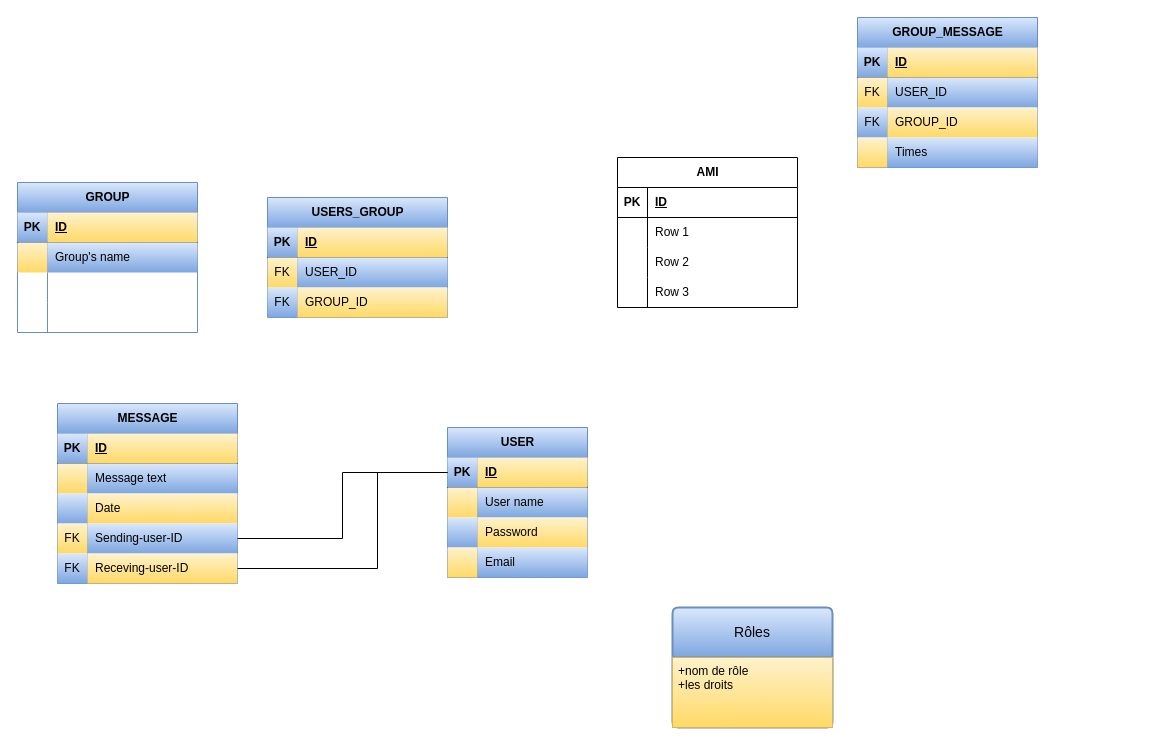
Before: Diagramme 2 sans nom.drawio in vsilvanska/examen-info-2023, a draw.io diagram. Source tidied: cells renumbered, new cells numbered last; positions are measured from the earlier drawing's top-left corner, leaving out a move shared by most shapes. Both pictures are drawn from the tidied source at 100%, with x=0, y=0 at pixel (17, 17).
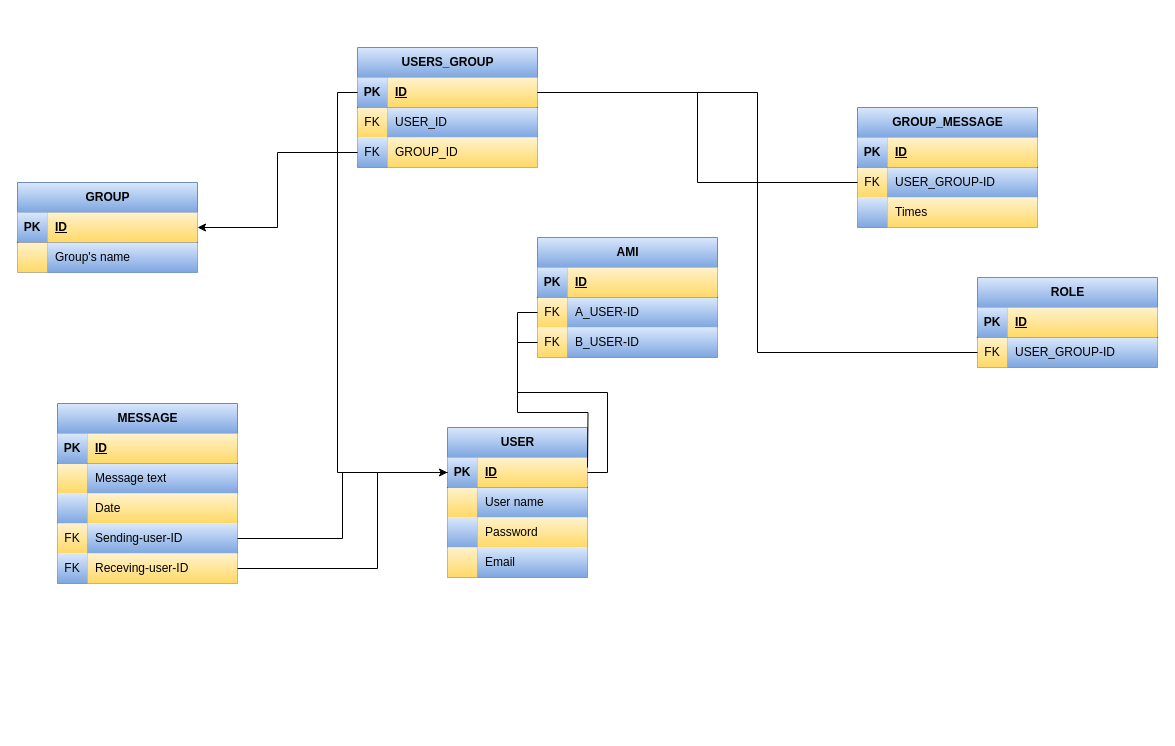
Above is the later version.

Commit message:
Mettre à jour Diagramme 2 sans nom.drawio

Unchanged cells that the change refers to:
```xml
<mxCell id="3" style="shape=tableRow;horizontal=0;startSize=0;swimlaneHead=0;swimlaneBody=0;fillColor=none;points=[[0,0.5],[1,0.5]];portConstraint=eastwest;top=0;left=0;right=0;bottom=1;" parent="2" vertex="1">
  <mxGeometry y="30" width="140" height="30" as="geometry" />
</mxCell>
<mxCell id="36" style="shape=tableRow;horizontal=0;startSize=0;swimlaneHead=0;swimlaneBody=0;fillColor=none;points=[[0,0.5],[1,0.5]];portConstraint=eastwest;top=0;left=0;right=0;bottom=1;" parent="35" vertex="1">
  <mxGeometry y="30" width="180" height="30" as="geometry" />
</mxCell>
<mxCell id="42" style="shape=tableRow;horizontal=0;startSize=0;swimlaneHead=0;swimlaneBody=0;fillColor=none;points=[[0,0.5],[1,0.5]];portConstraint=eastwest;top=0;left=0;right=0;bottom=0;" parent="35" vertex="1">
  <mxGeometry y="90" width="180" height="30" as="geometry" />
</mxCell>
<mxCell id="46" style="shape=tableRow;horizontal=0;startSize=0;swimlaneHead=0;swimlaneBody=0;fillColor=none;points=[[0,0.5],[1,0.5]];portConstraint=eastwest;top=0;left=0;right=0;bottom=1;" parent="45" vertex="1">
  <mxGeometry y="30" width="180" height="30" as="geometry" />
</mxCell>
<mxCell id="62" style="shape=tableRow;horizontal=0;startSize=0;swimlaneHead=0;swimlaneBody=0;fillColor=none;points=[[0,0.5],[1,0.5]];portConstraint=eastwest;top=0;left=0;right=0;bottom=0;" parent="58" vertex="1">
  <mxGeometry y="60" width="180" height="30" as="geometry" />
</mxCell>
<mxCell id="72" style="shape=tableRow;horizontal=0;startSize=0;swimlaneHead=0;swimlaneBody=0;fillColor=none;top=0;left=0;right=0;bottom=1;" parent="71" vertex="1">
  <mxGeometry y="30" width="180" height="30" as="geometry" />
</mxCell>
<mxCell id="75" style="shape=tableRow;horizontal=0;startSize=0;swimlaneHead=0;swimlaneBody=0;fillColor=none;points=[[0,0.5],[1,0.5]];portConstraint=eastwest;top=0;left=0;right=0;bottom=0;" parent="71" vertex="1">
  <mxGeometry y="60" width="180" height="30" as="geometry" />
</mxCell>
```

What changed in the source:
```diff
@@
-    <mxCell id="15" value="Rôles" style="swimlane;horizontal=1;startSize=50;rounded=1;fontSize=14;fontStyle=0;strokeWidth=2;shadow=0;dashed=0;align=center;arcSize=4;whiteSpace=wrap;html=1;fillColor=#dae8fc;gradientColor=#7ea6e0;strokeColor=#6c8ebf;" parent="1" vertex="1">
-      <mxGeometry x="655" y="590" width="160" height="120" as="geometry" />
-    </mxCell>
-    <mxCell id="16" value="+nom de rôle&lt;br&gt;+les droits" style="align=left;strokeColor=#d6b656;fillColor=#fff2cc;spacingLeft=4;fontSize=12;verticalAlign=top;html=1;gradientColor=#ffd966;" parent="15" vertex="1">
-      <mxGeometry y="50" width="160" height="70" as="geometry" />
-    </mxCell>
@@
     <mxCell id="35" value="USERS_GROUP" style="shape=table;startSize=30;childLayout=tableLayout;rowLines=0;fontStyle=1;align=center;html=1;fillColor=#dae8fc;gradientColor=#7ea6e0;strokeColor=#6c8ebf;" parent="1" vertex="1">
-      <mxGeometry x="250" y="180" width="180" height="120" as="geometry" />
+      <mxGeometry x="340" y="30" width="180" height="120" as="geometry" />
     </mxCell>
@@
     <mxCell id="45" value="GROUP" style="shape=table;startSize=30;childLayout=tableLayout;rowLines=0;fontStyle=1;align=center;html=1;fillColor=#dae8fc;gradientColor=#7ea6e0;strokeColor=#6c8ebf;" parent="1" vertex="1">
-      <mxGeometry y="165" width="180" height="150" as="geometry" />
+      <mxGeometry y="165" width="180" height="90" as="geometry" />
     </mxCell>
@@
-    <mxCell id="52" style="shape=tableRow;horizontal=0;startSize=0;swimlaneHead=0;swimlaneBody=0;fillColor=none;top=0;left=0;right=0;bottom=0;" parent="45" vertex="1">
-      <mxGeometry y="90" width="180" height="30" as="geometry" />
-    </mxCell>
-    <mxCell id="53" style="shape=partialRectangle;fillColor=none;top=0;left=0;bottom=0;right=0;overflow=hidden;whiteSpace=wrap;html=1;" parent="52" vertex="1">
-      <mxGeometry width="30" height="30" as="geometry" />
-    </mxCell>
-    <mxCell id="54" style="shape=partialRectangle;fillColor=none;top=0;left=0;bottom=0;right=0;align=left;spacingLeft=6;overflow=hidden;whiteSpace=wrap;html=1;" parent="52" vertex="1">
-      <mxGeometry x="30" width="150" height="30" as="geometry" />
-    </mxCell>
-    <mxCell id="55" style="shape=tableRow;horizontal=0;startSize=0;swimlaneHead=0;swimlaneBody=0;fillColor=none;top=0;left=0;right=0;bottom=0;" parent="45" vertex="1">
-      <mxGeometry y="120" width="180" height="30" as="geometry" />
-    </mxCell>
-    <mxCell id="56" style="shape=partialRectangle;fillColor=none;top=0;left=0;bottom=0;right=0;overflow=hidden;whiteSpace=wrap;html=1;" parent="55" vertex="1">
-      <mxGeometry width="30" height="30" as="geometry" />
-    </mxCell>
-    <mxCell id="57" style="shape=partialRectangle;fillColor=none;top=0;left=0;bottom=0;right=0;align=left;spacingLeft=6;overflow=hidden;whiteSpace=wrap;html=1;" parent="55" vertex="1">
-      <mxGeometry x="30" width="150" height="30" as="geometry" />
-    </mxCell>
     <mxCell id="58" value="GROUP_MESSAGE" style="shape=table;startSize=30;childLayout=tableLayout;rowLines=0;fontStyle=1;align=center;html=1;fillColor=#dae8fc;gradientColor=#7ea6e0;strokeColor=#6c8ebf;" parent="1" vertex="1">
-      <mxGeometry x="840" width="180" height="150" as="geometry" />
+      <mxGeometry x="840" y="90" width="180" height="120" as="geometry" />
     </mxCell>
@@
-    <mxCell id="64" value="USER_ID" style="shape=partialRectangle;fillColor=#dae8fc;top=0;left=0;bottom=0;right=0;align=left;spacingLeft=6;overflow=hidden;whiteSpace=wrap;html=1;gradientColor=#7ea6e0;strokeColor=#6c8ebf;" parent="62" vertex="1">
+    <mxCell id="64" value="USER_GROUP-ID" style="shape=partialRectangle;fillColor=#dae8fc;top=0;left=0;bottom=0;right=0;align=left;spacingLeft=6;overflow=hidden;whiteSpace=wrap;html=1;gradientColor=#7ea6e0;strokeColor=#6c8ebf;" parent="62" vertex="1">
       <mxGeometry x="30" width="150" height="30" as="geometry" />
     </mxCell>
-    <mxCell id="65" style="shape=tableRow;horizontal=0;startSize=0;swimlaneHead=0;swimlaneBody=0;fillColor=none;top=0;left=0;right=0;bottom=0;" parent="58" vertex="1">
-      <mxGeometry y="90" width="180" height="30" as="geometry" />
-    </mxCell>
-    <mxCell id="66" value="FK" style="shape=partialRectangle;fillColor=#dae8fc;top=0;left=0;bottom=0;right=0;overflow=hidden;whiteSpace=wrap;html=1;gradientColor=#7ea6e0;strokeColor=#6c8ebf;" parent="65" vertex="1">
-      <mxGeometry width="30" height="30" as="geometry" />
-    </mxCell>
-    <mxCell id="67" value="GROUP_ID" style="shape=partialRectangle;fillColor=#fff2cc;top=0;left=0;bottom=0;right=0;align=left;spacingLeft=6;overflow=hidden;whiteSpace=wrap;html=1;gradientColor=#ffd966;strokeColor=#d6b656;" parent="65" vertex="1">
-      <mxGeometry x="30" width="150" height="30" as="geometry" />
-    </mxCell>
     <mxCell id="68" style="shape=tableRow;horizontal=0;startSize=0;swimlaneHead=0;swimlaneBody=0;fillColor=none;top=0;left=0;right=0;bottom=0;" parent="58" vertex="1">
-      <mxGeometry y="120" width="180" height="30" as="geometry" />
+      <mxGeometry y="90" width="180" height="30" as="geometry" />
     </mxCell>
-    <mxCell id="69" style="shape=partialRectangle;fillColor=#fff2cc;top=0;left=0;bottom=0;right=0;overflow=hidden;whiteSpace=wrap;html=1;gradientColor=#ffd966;strokeColor=#d6b656;" parent="68" vertex="1">
+    <mxCell id="69" style="shape=partialRectangle;fillColor=#dae8fc;top=0;left=0;bottom=0;right=0;overflow=hidden;whiteSpace=wrap;html=1;gradientColor=#7ea6e0;strokeColor=#6c8ebf;" parent="68" vertex="1">
       <mxGeometry width="30" height="30" as="geometry" />
     </mxCell>
-    <mxCell id="70" value="Times" style="shape=partialRectangle;fillColor=#dae8fc;top=0;left=0;bottom=0;right=0;align=left;spacingLeft=6;overflow=hidden;whiteSpace=wrap;html=1;gradientColor=#7ea6e0;strokeColor=#6c8ebf;" parent="68" vertex="1">
+    <mxCell id="70" value="Times" style="shape=partialRectangle;fillColor=#fff2cc;top=0;left=0;bottom=0;right=0;align=left;spacingLeft=6;overflow=hidden;whiteSpace=wrap;html=1;gradientColor=#ffd966;strokeColor=#d6b656;" parent="68" vertex="1">
       <mxGeometry x="30" width="150" height="30" as="geometry" />
     </mxCell>
-    <mxCell id="71" value="AMI" style="shape=table;startSize=30;childLayout=tableLayout;rowLines=0;fontStyle=1;align=center;html=1;" parent="1" vertex="1">
-      <mxGeometry x="600" y="140" width="180" height="150" as="geometry" />
+    <mxCell id="71" value="AMI" style="shape=table;startSize=30;childLayout=tableLayout;rowLines=0;fontStyle=1;align=center;html=1;fillColor=#dae8fc;gradientColor=#7ea6e0;strokeColor=#6c8ebf;" parent="1" vertex="1">
+      <mxGeometry x="520" y="220" width="180" height="120" as="geometry" />
     </mxCell>
@@
-    <mxCell id="73" value="PK" style="shape=partialRectangle;fillColor=none;top=0;left=0;bottom=0;right=0;fontStyle=1;overflow=hidden;whiteSpace=wrap;html=1;" parent="72" vertex="1">
+    <mxCell id="73" value="PK" style="shape=partialRectangle;fillColor=#dae8fc;top=0;left=0;bottom=0;right=0;fontStyle=1;overflow=hidden;whiteSpace=wrap;html=1;gradientColor=#7ea6e0;strokeColor=#6c8ebf;" parent="72" vertex="1">
       <mxGeometry width="30" height="30" as="geometry" />
     </mxCell>
-    <mxCell id="74" value="ID" style="shape=partialRectangle;fillColor=none;top=0;left=0;bottom=0;right=0;align=left;spacingLeft=6;fontStyle=5;overflow=hidden;whiteSpace=wrap;html=1;" parent="72" vertex="1">
+    <mxCell id="74" value="ID" style="shape=partialRectangle;fillColor=#fff2cc;top=0;left=0;bottom=0;right=0;align=left;spacingLeft=6;fontStyle=5;overflow=hidden;whiteSpace=wrap;html=1;gradientColor=#ffd966;strokeColor=#d6b656;" parent="72" vertex="1">
       <mxGeometry x="30" width="150" height="30" as="geometry" />
     </mxCell>
@@
-    <mxCell id="76" style="shape=partialRectangle;fillColor=none;top=0;left=0;bottom=0;right=0;overflow=hidden;whiteSpace=wrap;html=1;" parent="75" vertex="1">
+    <mxCell id="76" value="FK" style="shape=partialRectangle;fillColor=#fff2cc;top=0;left=0;bottom=0;right=0;overflow=hidden;whiteSpace=wrap;html=1;gradientColor=#ffd966;strokeColor=#d6b656;" parent="75" vertex="1">
       <mxGeometry width="30" height="30" as="geometry" />
     </mxCell>
-    <mxCell id="77" value="Row 1" style="shape=partialRectangle;fillColor=none;top=0;left=0;bottom=0;right=0;align=left;spacingLeft=6;overflow=hidden;whiteSpace=wrap;html=1;" parent="75" vertex="1">
+    <mxCell id="77" value="A_USER-ID" style="shape=partialRectangle;fillColor=#dae8fc;top=0;left=0;bottom=0;right=0;align=left;spacingLeft=6;overflow=hidden;whiteSpace=wrap;html=1;gradientColor=#7ea6e0;strokeColor=#6c8ebf;" parent="75" vertex="1">
       <mxGeometry x="30" width="150" height="30" as="geometry" />
     </mxCell>
-    <mxCell id="78" style="shape=tableRow;horizontal=0;startSize=0;swimlaneHead=0;swimlaneBody=0;fillColor=none;top=0;left=0;right=0;bottom=0;" parent="71" vertex="1">
-      <mxGeometry y="90" width="180" height="30" as="geometry" />
-    </mxCell>
-    <mxCell id="79" style="shape=partialRectangle;fillColor=none;top=0;left=0;bottom=0;right=0;overflow=hidden;whiteSpace=wrap;html=1;" parent="78" vertex="1">
-      <mxGeometry width="30" height="30" as="geometry" />
-    </mxCell>
-    <mxCell id="80" value="Row 2" style="shape=partialRectangle;fillColor=none;top=0;left=0;bottom=0;right=0;align=left;spacingLeft=6;overflow=hidden;whiteSpace=wrap;html=1;" parent="78" vertex="1">
-      <mxGeometry x="30" width="150" height="30" as="geometry" />
-    </mxCell>
-    <mxCell id="81" style="shape=tableRow;horizontal=0;startSize=0;swimlaneHead=0;swimlaneBody=0;fillColor=none;top=0;left=0;right=0;bottom=0;" parent="71" vertex="1">
-      <mxGeometry y="120" width="180" height="30" as="geometry" />
-    </mxCell>
-    <mxCell id="82" style="shape=partialRectangle;fillColor=none;top=0;left=0;bottom=0;right=0;overflow=hidden;whiteSpace=wrap;html=1;" parent="81" vertex="1">
-      <mxGeometry width="30" height="30" as="geometry" />
-    </mxCell>
-    <mxCell id="83" value="Row 3" style="shape=partialRectangle;fillColor=none;top=0;left=0;bottom=0;right=0;align=left;spacingLeft=6;overflow=hidden;whiteSpace=wrap;html=1;" parent="81" vertex="1">
-      <mxGeometry x="30" width="150" height="30" as="geometry" />
-    </mxCell>
+    <mxCell id="84" style="shape=tableRow;horizontal=0;startSize=0;swimlaneHead=0;swimlaneBody=0;fillColor=none;points=[[0,0.5],[1,0.5]];portConstraint=eastwest;top=0;left=0;right=0;bottom=0;" parent="71" vertex="1">
+      <mxGeometry y="90" width="180" height="30" as="geometry" />
+    </mxCell>
+    <mxCell id="85" value="FK" style="shape=partialRectangle;fillColor=#fff2cc;top=0;left=0;bottom=0;right=0;overflow=hidden;whiteSpace=wrap;html=1;gradientColor=#ffd966;strokeColor=#d6b656;" parent="84" vertex="1">
+      <mxGeometry width="30" height="30" as="geometry" />
+    </mxCell>
+    <mxCell id="86" value="B_USER-ID" style="shape=partialRectangle;fillColor=#dae8fc;top=0;left=0;bottom=0;right=0;align=left;spacingLeft=6;overflow=hidden;whiteSpace=wrap;html=1;gradientColor=#7ea6e0;strokeColor=#6c8ebf;" parent="84" vertex="1">
+      <mxGeometry x="30" width="150" height="30" as="geometry" />
+    </mxCell>
+    <mxCell id="87" style="edgeStyle=orthogonalEdgeStyle;rounded=0;jettySize=auto;html=1;exitX=0;exitY=0.5;exitDx=0;exitDy=0;entryX=1;entryY=0.5;entryDx=0;entryDy=0;endArrow=none;endFill=0;" parent="1" edge="1" source="62" target="36">
+      <mxGeometry relative="1" as="geometry" />
+    </mxCell>
+    <mxCell id="88" value="ROLE" style="shape=table;startSize=30;childLayout=tableLayout;rowLines=0;fontStyle=1;align=center;html=1;fillColor=#dae8fc;gradientColor=#7ea6e0;strokeColor=#6c8ebf;" parent="1" vertex="1">
+      <mxGeometry x="960" y="260" width="180" height="90" as="geometry" />
+    </mxCell>
+    <mxCell id="89" style="shape=tableRow;horizontal=0;startSize=0;swimlaneHead=0;swimlaneBody=0;fillColor=none;top=0;left=0;right=0;bottom=1;" parent="88" vertex="1">
+      <mxGeometry y="30" width="180" height="30" as="geometry" />
+    </mxCell>
+    <mxCell id="90" value="PK" style="shape=partialRectangle;fillColor=#dae8fc;top=0;left=0;bottom=0;right=0;fontStyle=1;overflow=hidden;whiteSpace=wrap;html=1;gradientColor=#7ea6e0;strokeColor=#6c8ebf;" parent="89" vertex="1">
+      <mxGeometry width="30" height="30" as="geometry" />
+    </mxCell>
+    <mxCell id="91" value="ID" style="shape=partialRectangle;fillColor=#fff2cc;top=0;left=0;bottom=0;right=0;align=left;spacingLeft=6;fontStyle=5;overflow=hidden;whiteSpace=wrap;html=1;gradientColor=#ffd966;strokeColor=#d6b656;" parent="89" vertex="1">
+      <mxGeometry x="30" width="150" height="30" as="geometry" />
+    </mxCell>
+    <mxCell id="92" style="shape=tableRow;horizontal=0;startSize=0;swimlaneHead=0;swimlaneBody=0;fillColor=none;points=[[0,0.5],[1,0.5]];portConstraint=eastwest;top=0;left=0;right=0;bottom=0;" parent="88" vertex="1">
+      <mxGeometry y="60" width="180" height="30" as="geometry" />
+    </mxCell>
+    <mxCell id="93" value="FK" style="shape=partialRectangle;fillColor=#fff2cc;top=0;left=0;bottom=0;right=0;overflow=hidden;whiteSpace=wrap;html=1;gradientColor=#ffd966;strokeColor=#d6b656;" parent="92" vertex="1">
+      <mxGeometry width="30" height="30" as="geometry" />
+    </mxCell>
+    <mxCell id="94" value="USER_GROUP-ID" style="shape=partialRectangle;fillColor=#dae8fc;top=0;left=0;bottom=0;right=0;align=left;spacingLeft=6;overflow=hidden;whiteSpace=wrap;html=1;gradientColor=#7ea6e0;strokeColor=#6c8ebf;" parent="92" vertex="1">
+      <mxGeometry x="30" width="150" height="30" as="geometry" />
+    </mxCell>
+    <mxCell id="95" style="edgeStyle=orthogonalEdgeStyle;rounded=0;jettySize=auto;html=1;exitX=0;exitY=0.5;exitDx=0;exitDy=0;entryX=1;entryY=0.5;entryDx=0;entryDy=0;endArrow=none;endFill=0;" parent="1" edge="1" source="92" target="36">
+      <mxGeometry relative="1" as="geometry" />
+    </mxCell>
+    <mxCell id="96" style="edgeStyle=orthogonalEdgeStyle;rounded=0;jettySize=auto;html=1;exitX=0;exitY=0.5;exitDx=0;exitDy=0;entryX=0;entryY=0.5;entryDx=0;entryDy=0;" parent="1" edge="1" source="36" target="3">
+      <mxGeometry relative="1" as="geometry" />
+    </mxCell>
+    <mxCell id="97" style="edgeStyle=orthogonalEdgeStyle;rounded=0;jettySize=auto;html=1;exitX=0;exitY=0.5;exitDx=0;exitDy=0;entryX=1;entryY=0.5;entryDx=0;entryDy=0;" parent="1" edge="1" source="42" target="46">
+      <mxGeometry relative="1" as="geometry" />
+    </mxCell>
+    <mxCell id="98" style="edgeStyle=orthogonalEdgeStyle;rounded=0;jettySize=auto;html=1;exitX=0;exitY=0.5;exitDx=0;exitDy=0;entryX=1;entryY=0.5;entryDx=0;entryDy=0;endArrow=none;endFill=0;" parent="1" edge="1" source="75" target="3">
+      <mxGeometry relative="1" as="geometry" />
+    </mxCell>
+    <mxCell id="99" style="edgeStyle=orthogonalEdgeStyle;rounded=0;jettySize=auto;html=1;exitX=0;exitY=0.5;exitDx=0;exitDy=0;endArrow=none;endFill=0;" parent="1" edge="1" source="84">
+      <mxGeometry relative="1" as="geometry">
+        <mxPoint x="570" y="450" as="targetPoint" />
+      </mxGeometry>
+    </mxCell>
```
